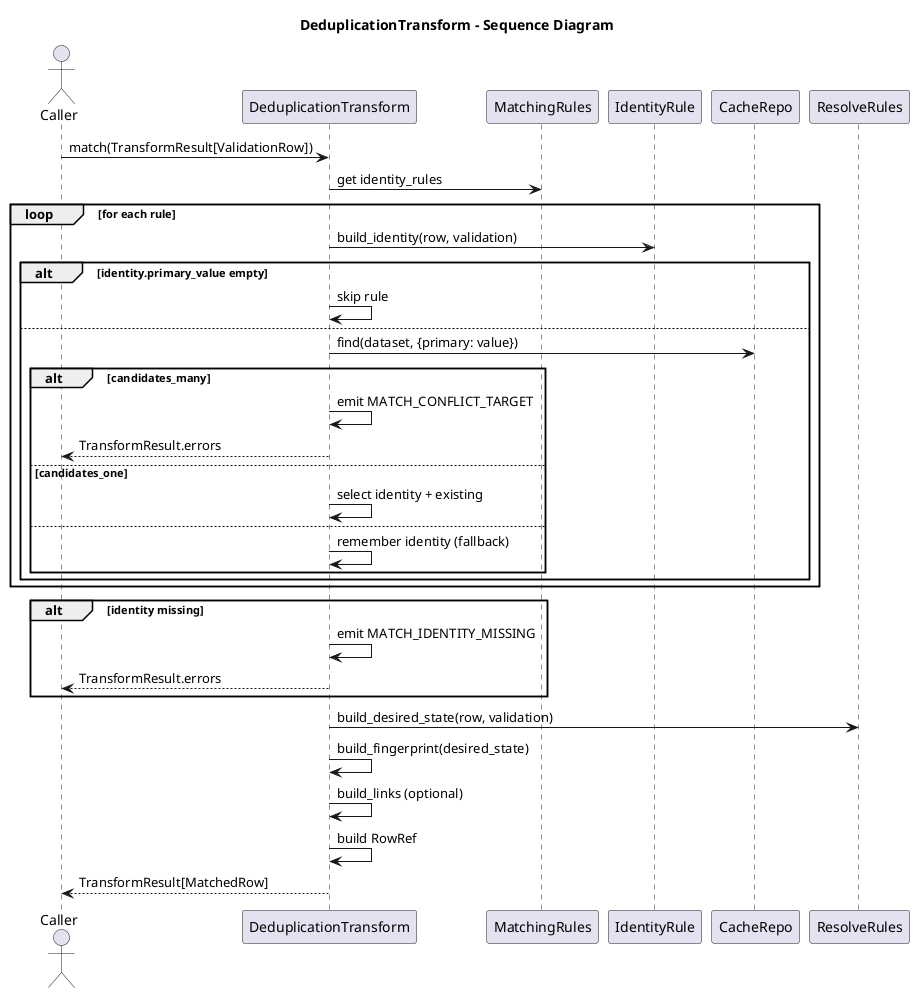
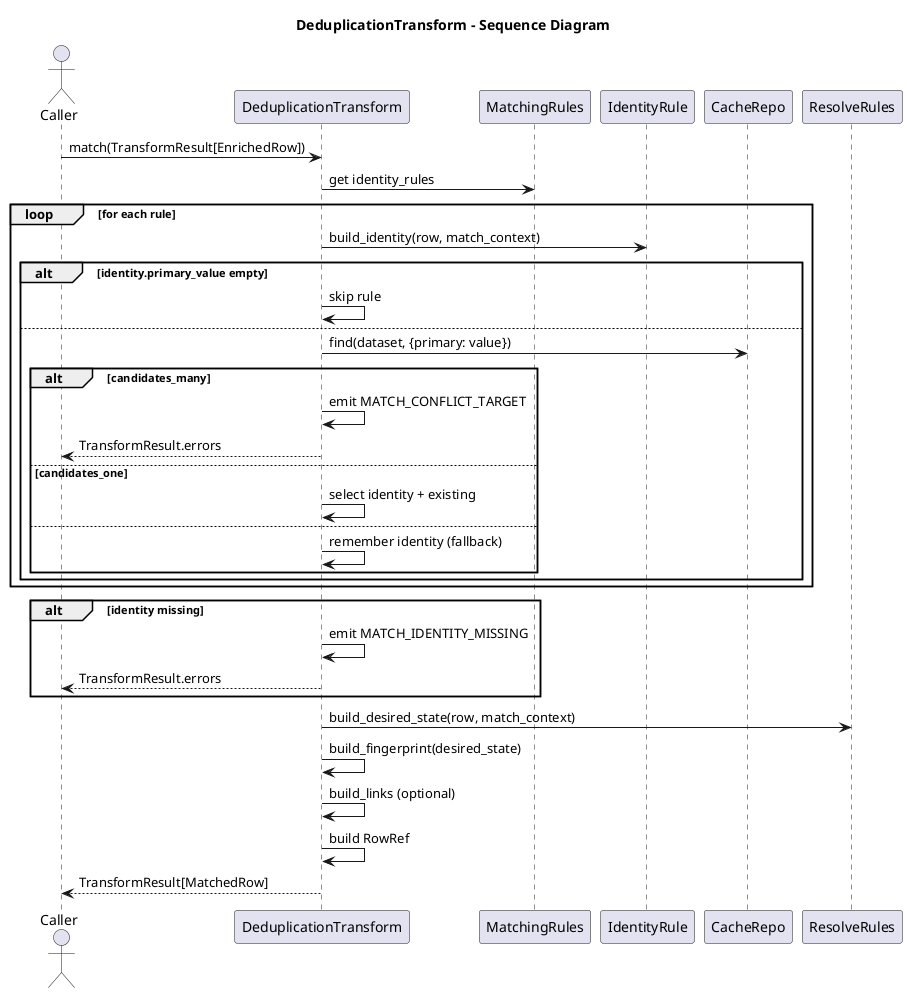
@startuml
title DeduplicationTransform - Sequence Diagram

actor Caller
participant DeduplicationTransform
participant MatchingRules
participant "IdentityRule" as Rule
participant CacheRepo
participant ResolveRules

- Caller -> DeduplicationTransform: match(TransformResult[ValidationRow])
+ Caller -> DeduplicationTransform: match(TransformResult[EnrichedRow])
DeduplicationTransform -> MatchingRules: get identity_rules
loop for each rule
-   DeduplicationTransform -> Rule: build_identity(row, validation)
+   DeduplicationTransform -> Rule: build_identity(row, match_context)
  alt identity.primary_value empty
    DeduplicationTransform -> DeduplicationTransform: skip rule
  else
    DeduplicationTransform -> CacheRepo: find(dataset, {primary: value})
    alt candidates_many
      DeduplicationTransform -> DeduplicationTransform: emit MATCH_CONFLICT_TARGET
      DeduplicationTransform --> Caller: TransformResult.errors
    else candidates_one
      DeduplicationTransform -> DeduplicationTransform: select identity + existing
    else
      DeduplicationTransform -> DeduplicationTransform: remember identity (fallback)
    end
  end
end
alt identity missing
  DeduplicationTransform -> DeduplicationTransform: emit MATCH_IDENTITY_MISSING
  DeduplicationTransform --> Caller: TransformResult.errors
end
- DeduplicationTransform -> ResolveRules: build_desired_state(row, validation)
+ DeduplicationTransform -> ResolveRules: build_desired_state(row, match_context)
DeduplicationTransform -> DeduplicationTransform: build_fingerprint(desired_state)
DeduplicationTransform -> DeduplicationTransform: build_links (optional)
DeduplicationTransform -> DeduplicationTransform: build RowRef
DeduplicationTransform --> Caller: TransformResult[MatchedRow]

@enduml
